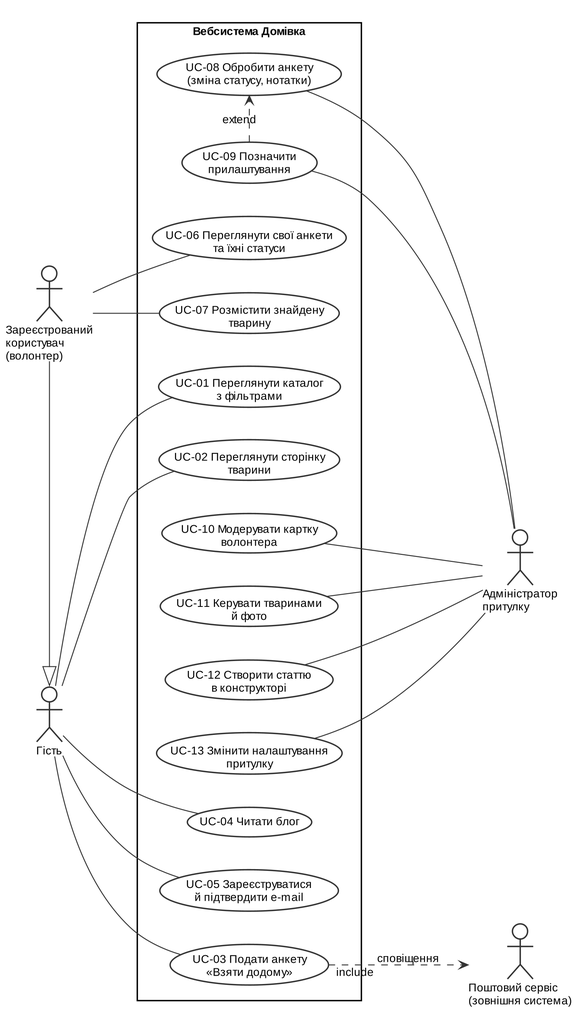
Above: docs/diagrams/01-usecases.png in MaruSoul/shelter-adoption (PlantUML), before the change. Its source is kept beside it as docs/diagrams/01-usecases.puml. Its diagram source:
```plantuml
@startuml
!include _style.iuml
left to right direction
actor "Гість" as G
actor "Зареєстрований\nкористувач\n(волонтер)" as U
actor "Адміністратор\nпритулку" as A
actor "Поштовий сервіс\n(зовнішня система)" as M
U -|> G
rectangle "Вебсистема Домівка" {
  usecase "UC-01 Переглянути каталог\nз фільтрами" as UC1
  usecase "UC-02 Переглянути сторінку\nтварини" as UC2
  usecase "UC-03 Подати анкету\n«Взяти додому»" as UC3
  usecase "UC-04 Читати блог" as UC4
  usecase "UC-05 Зареєструватися\nй підтвердити e-mail" as UC5
  usecase "UC-06 Переглянути свої анкети\nта їхні статуси" as UC6
  usecase "UC-07 Розмістити знайдену\nтварину" as UC7
  usecase "UC-08 Обробити анкету\n(зміна статусу, нотатки)" as UC8
  usecase "UC-09 Позначити\nприлаштування" as UC9
  usecase "UC-10 Модерувати картку\nволонтера" as UC10
  usecase "UC-11 Керувати тваринами\nй фото" as UC11
  usecase "UC-12 Створити статтю\nв конструкторі" as UC12
  usecase "UC-13 Змінити налаштування\nпритулку" as UC13
}
G -- UC1
G -- UC2
G -- UC3
G -- UC4
G -- UC5
U -- UC6
U -- UC7
UC8 -- A
UC9 -- A
UC10 -- A
UC11 -- A
UC12 -- A
UC13 -- A
UC3 ..> M : «include»\nсповіщення
UC9 .> UC8 : «extend»
@enduml
```
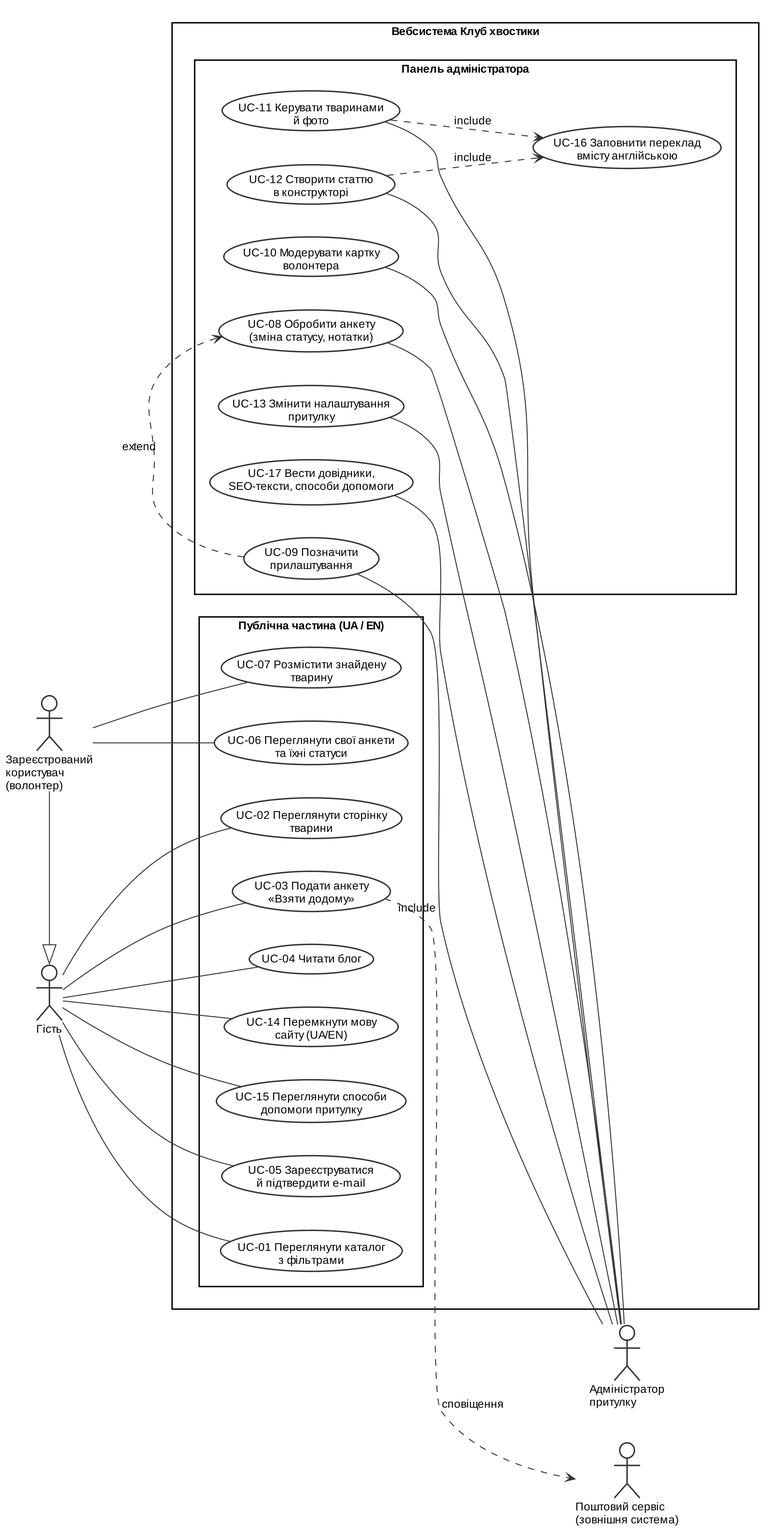
Later version of the same file.

What changed in the source:
```diff
@@ -6,25 +6,35 @@
 actor "Адміністратор\nпритулку" as A
 actor "Поштовий сервіс\n(зовнішня система)" as M
 U -|> G
-rectangle "Вебсистема Домівка" {
-  usecase "UC-01 Переглянути каталог\nз фільтрами" as UC1
-  usecase "UC-02 Переглянути сторінку\nтварини" as UC2
-  usecase "UC-03 Подати анкету\n«Взяти додому»" as UC3
-  usecase "UC-04 Читати блог" as UC4
-  usecase "UC-05 Зареєструватися\nй підтвердити e-mail" as UC5
-  usecase "UC-06 Переглянути свої анкети\nта їхні статуси" as UC6
-  usecase "UC-07 Розмістити знайдену\nтварину" as UC7
-  usecase "UC-08 Обробити анкету\n(зміна статусу, нотатки)" as UC8
-  usecase "UC-09 Позначити\nприлаштування" as UC9
-  usecase "UC-10 Модерувати картку\nволонтера" as UC10
-  usecase "UC-11 Керувати тваринами\nй фото" as UC11
-  usecase "UC-12 Створити статтю\nв конструкторі" as UC12
-  usecase "UC-13 Змінити налаштування\nпритулку" as UC13
+rectangle "Вебсистема Клуб хвостики" {
+  rectangle "Публічна частина (UA / EN)" {
+    usecase "UC-01 Переглянути каталог\nз фільтрами" as UC1
+    usecase "UC-02 Переглянути сторінку\nтварини" as UC2
+    usecase "UC-03 Подати анкету\n«Взяти додому»" as UC3
+    usecase "UC-04 Читати блог" as UC4
+    usecase "UC-14 Перемкнути мову\nсайту (UA/EN)" as UC14
+    usecase "UC-15 Переглянути способи\nдопомоги притулку" as UC15
+    usecase "UC-05 Зареєструватися\nй підтвердити e-mail" as UC5
+    usecase "UC-06 Переглянути свої анкети\nта їхні статуси" as UC6
+    usecase "UC-07 Розмістити знайдену\nтварину" as UC7
+  }
+  rectangle "Панель адміністратора" {
+    usecase "UC-08 Обробити анкету\n(зміна статусу, нотатки)" as UC8
+    usecase "UC-09 Позначити\nприлаштування" as UC9
+    usecase "UC-10 Модерувати картку\nволонтера" as UC10
+    usecase "UC-11 Керувати тваринами\nй фото" as UC11
+    usecase "UC-12 Створити статтю\nв конструкторі" as UC12
+    usecase "UC-16 Заповнити переклад\nвмісту англійською" as UC16
+    usecase "UC-13 Змінити налаштування\nпритулку" as UC13
+    usecase "UC-17 Вести довідники,\nSEO-тексти, способи допомоги" as UC17
+  }
 }
 G -- UC1
 G -- UC2
 G -- UC3
 G -- UC4
+G -- UC14
+G -- UC15
 G -- UC5
 U -- UC6
 U -- UC7
@@ -34,6 +44,9 @@
 UC11 -- A
 UC12 -- A
 UC13 -- A
+UC17 -- A
+UC11 ..> UC16 : «include»
+UC12 ..> UC16 : «include»
 UC3 ..> M : «include»\nсповіщення
 UC9 .> UC8 : «extend»
 @enduml
```
